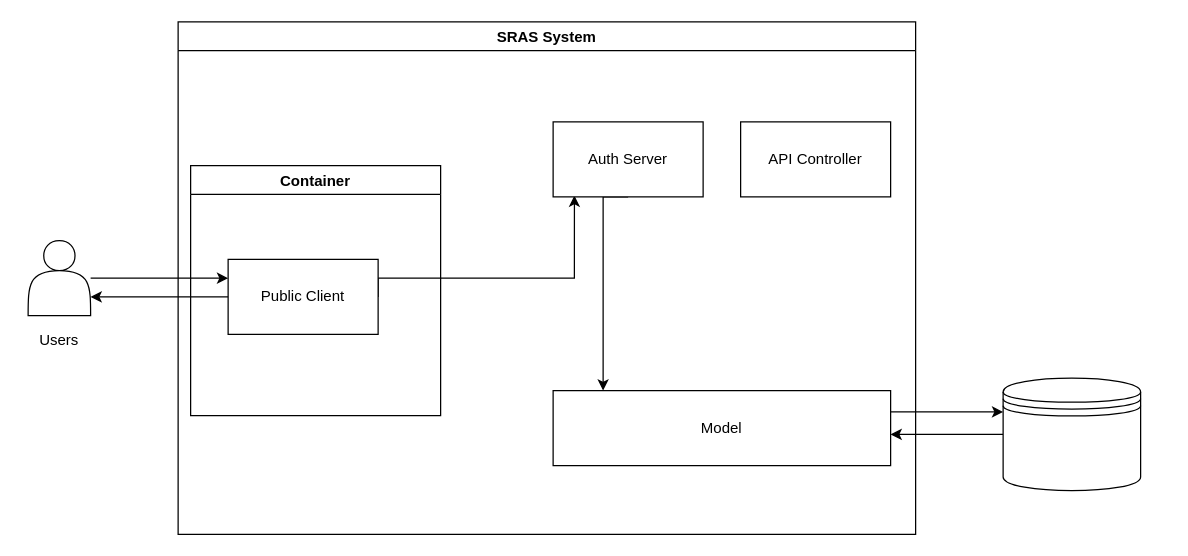
This is system-architecture.drawio from ThuongHoang456189/prepare-23-05-2023-files, a draw.io file, before an edit. Source tidied: cells renumbered, new cells numbered last; positions are measured from the earlier drawing's top-left corner, leaving out a move shared by most shapes. Both pictures are drawn from the tidied source at 125%, with x=0, y=0 at pixel (21, 21).
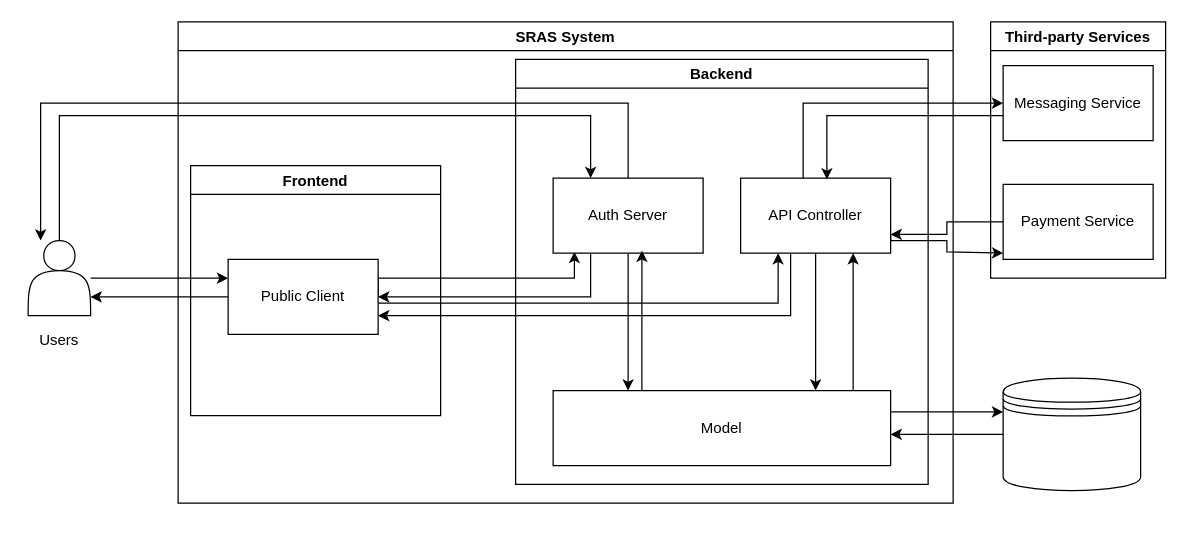
The same page after the edit.

Unchanged cells that the change refers to:
```xml
<mxCell id="3" style="shape=actor;whiteSpace=wrap;html=1;" parent="1" vertex="1">
  <mxGeometry x="5" y="175" width="50" height="60" as="geometry" />
</mxCell>
<mxCell id="6" value="Public Client" style="rounded=0;whiteSpace=wrap;html=1;" parent="4" vertex="1">
  <mxGeometry x="40" y="190" width="120" height="60" as="geometry" />
</mxCell>
<mxCell id="10" value="Model" style="rounded=0;whiteSpace=wrap;html=1;" parent="4" vertex="1">
  <mxGeometry x="300" y="295" width="270" height="60" as="geometry" />
</mxCell>
```

The edit, as a diff of the source:
```diff
@@
+    <mxCell id="17" style="edgeStyle=orthogonalEdgeStyle;rounded=0;jettySize=auto;html=1;entryX=0.25;entryY=0;entryDx=0;entryDy=0;" parent="1" edge="1" source="3" target="8">
+      <mxGeometry relative="1" as="geometry">
+        <Array as="points">
+          <mxPoint x="30" y="75" />
+          <mxPoint x="455" y="75" />
+        </Array>
+      </mxGeometry>
+    </mxCell>
@@
     <mxCell id="4" value="SRAS System" style="swimlane;" parent="1" vertex="1">
-      <mxGeometry x="125" width="590" height="410" as="geometry" />
+      <mxGeometry x="125" width="620" height="385" as="geometry" />
     </mxCell>
@@
+    <mxCell id="18" style="edgeStyle=orthogonalEdgeStyle;rounded=0;jettySize=auto;html=1;" parent="4" edge="1" source="6" target="9">
+      <mxGeometry relative="1" as="geometry">
+        <Array as="points">
+          <mxPoint x="480" y="225" />
+        </Array>
+      </mxGeometry>
+    </mxCell>
@@
     <mxCell id="7" style="edgeStyle=orthogonalEdgeStyle;rounded=0;jettySize=auto;html=1;exitX=0.5;exitY=1;exitDx=0;exitDy=0;" parent="4" edge="1" source="8" target="10">
       <mxGeometry relative="1" as="geometry">
         <Array as="points">
-          <mxPoint x="340" y="140" />
+          <mxPoint x="360" y="215" />
+          <mxPoint x="360" y="215" />
         </Array>
       </mxGeometry>
     </mxCell>
+    <mxCell id="19" style="edgeStyle=orthogonalEdgeStyle;rounded=0;jettySize=auto;html=1;entryX=1;entryY=0.5;entryDx=0;entryDy=0;exitX=0.25;exitY=1;exitDx=0;exitDy=0;" parent="4" edge="1" source="8" target="6">
+      <mxGeometry relative="1" as="geometry" />
+    </mxCell>
     <mxCell id="8" value="Auth Server" style="rounded=0;whiteSpace=wrap;html=1;" parent="4" vertex="1">
-      <mxGeometry x="300" y="80" width="120" height="60" as="geometry" />
+      <mxGeometry x="300" y="125" width="120" height="60" as="geometry" />
     </mxCell>
+    <mxCell id="20" style="edgeStyle=orthogonalEdgeStyle;rounded=0;jettySize=auto;html=1;" parent="4" edge="1" source="9">
+      <mxGeometry relative="1" as="geometry">
+        <mxPoint x="160" y="235" as="targetPoint" />
+        <Array as="points">
+          <mxPoint x="490" y="235" />
+        </Array>
+      </mxGeometry>
+    </mxCell>
+    <mxCell id="21" style="edgeStyle=orthogonalEdgeStyle;rounded=0;jettySize=auto;html=1;" parent="4" edge="1" source="9" target="10">
+      <mxGeometry relative="1" as="geometry">
+        <Array as="points">
+          <mxPoint x="510" y="255" />
+          <mxPoint x="510" y="255" />
+        </Array>
+      </mxGeometry>
+    </mxCell>
     <mxCell id="9" value="API Controller" style="rounded=0;whiteSpace=wrap;html=1;" parent="4" vertex="1">
-      <mxGeometry x="450" y="80" width="120" height="60" as="geometry" />
+      <mxGeometry x="450" y="125" width="120" height="60" as="geometry" />
     </mxCell>
+    <mxCell id="22" style="edgeStyle=orthogonalEdgeStyle;rounded=0;jettySize=auto;html=1;entryX=0.592;entryY=0.967;entryDx=0;entryDy=0;entryPerimeter=0;" parent="4" edge="1" source="10" target="8">
+      <mxGeometry relative="1" as="geometry">
+        <Array as="points">
+          <mxPoint x="371" y="255" />
+          <mxPoint x="371" y="255" />
+        </Array>
+      </mxGeometry>
+    </mxCell>
+    <mxCell id="23" style="edgeStyle=orthogonalEdgeStyle;rounded=0;jettySize=auto;html=1;entryX=0.75;entryY=1;entryDx=0;entryDy=0;" parent="4" edge="1" source="10" target="9">
+      <mxGeometry relative="1" as="geometry">
+        <Array as="points">
+          <mxPoint x="540" y="245" />
+          <mxPoint x="540" y="245" />
+        </Array>
+      </mxGeometry>
+    </mxCell>
@@
-    <mxCell id="11" value="Container" style="swimlane;" parent="4" vertex="1">
+    <mxCell id="11" value="Frontend" style="swimlane;" parent="4" vertex="1">
       <mxGeometry x="10" y="115" width="200" height="200" as="geometry" />
     </mxCell>
+    <mxCell id="24" value="Backend" style="swimlane;" parent="4" vertex="1">
+      <mxGeometry x="270" y="30" width="330" height="340" as="geometry" />
+    </mxCell>
@@
+    <mxCell id="25" style="edgeStyle=orthogonalEdgeStyle;rounded=0;jettySize=auto;html=1;" parent="1" edge="1" source="8" target="3">
+      <mxGeometry relative="1" as="geometry">
+        <Array as="points">
+          <mxPoint x="485" y="65" />
+          <mxPoint x="15" y="65" />
+        </Array>
+      </mxGeometry>
+    </mxCell>
+    <mxCell id="26" value="Third-party Services" style="swimlane;" parent="1" vertex="1">
+      <mxGeometry x="775" width="140" height="205" as="geometry" />
+    </mxCell>
+    <mxCell id="27" value="Messaging Service" style="rounded=0;whiteSpace=wrap;html=1;" parent="26" vertex="1">
+      <mxGeometry x="10" y="35" width="120" height="60" as="geometry" />
+    </mxCell>
+    <mxCell id="28" value="Payment Service" style="rounded=0;whiteSpace=wrap;html=1;" parent="26" vertex="1">
+      <mxGeometry x="10" y="130" width="120" height="60" as="geometry" />
+    </mxCell>
+    <mxCell id="29" style="edgeStyle=orthogonalEdgeStyle;rounded=0;jettySize=auto;html=1;exitX=1;exitY=0.75;exitDx=0;exitDy=0;" parent="1" edge="1" source="9">
+      <mxGeometry relative="1" as="geometry">
+        <mxPoint x="785" y="185" as="targetPoint" />
+        <Array as="points">
+          <mxPoint x="695" y="175" />
+          <mxPoint x="740" y="175" />
+          <mxPoint x="740" y="184" />
+        </Array>
+      </mxGeometry>
+    </mxCell>
+    <mxCell id="30" style="edgeStyle=orthogonalEdgeStyle;rounded=0;jettySize=auto;html=1;entryX=1;entryY=0.75;entryDx=0;entryDy=0;" parent="1" edge="1" source="28" target="9">
+      <mxGeometry relative="1" as="geometry" />
+    </mxCell>
+    <mxCell id="31" style="edgeStyle=orthogonalEdgeStyle;rounded=0;jettySize=auto;html=1;" parent="1" edge="1" source="9" target="27">
+      <mxGeometry relative="1" as="geometry">
+        <Array as="points">
+          <mxPoint x="625" y="65" />
+        </Array>
+      </mxGeometry>
+    </mxCell>
+    <mxCell id="32" style="edgeStyle=orthogonalEdgeStyle;rounded=0;jettySize=auto;html=1;entryX=0.575;entryY=0.017;entryDx=0;entryDy=0;entryPerimeter=0;" parent="1" edge="1" source="27" target="9">
+      <mxGeometry relative="1" as="geometry">
+        <Array as="points">
+          <mxPoint x="644" y="75" />
+        </Array>
+      </mxGeometry>
+    </mxCell>
```
